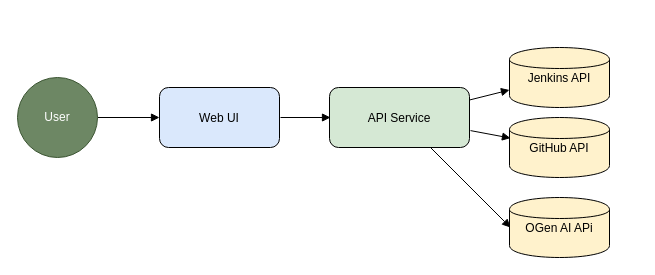
Earlier version of the draw.io diagram Block Diagram.drawio (KhushalJangid/Jenkins-Api-Client). Source tidied: cells renumbered, new cells numbered last; positions are measured from the earlier drawing's top-left corner, leaving out a move shared by most shapes. Both pictures are drawn from the tidied source at 100%, with x=0, y=0 at pixel (17, 47).
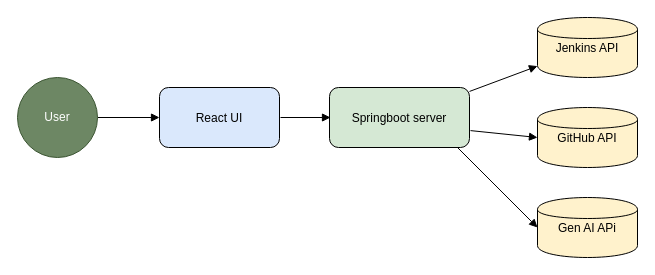
The same diagram, later.

Diff of the diagram source:
```diff
@@
 <mxGraphModel>
   <root>
     <mxCell id="0" />
     <mxCell id="1" parent="0" />
-    <mxCell id="2" value="Web UI" style="rounded=1;fillColor=#dae8fc;" parent="1" vertex="1">
+    <mxCell id="2" value="React UI" style="rounded=1;fillColor=#dae8fc;" parent="1" vertex="1">
       <mxGeometry x="142" y="40" width="120" height="60" as="geometry" />
     </mxCell>
-    <mxCell id="3" value="API Service" style="rounded=1;fillColor=#d5e8d4;" parent="1" vertex="1">
+    <mxCell id="3" value="Springboot server" style="rounded=1;fillColor=#d5e8d4;" parent="1" vertex="1">
       <mxGeometry x="312" y="40" width="140" height="60" as="geometry" />
     </mxCell>
     <mxCell id="4" value="Jenkins API" style="shape=cylinder;fillColor=#fff2cc;" parent="1" vertex="1">
-      <mxGeometry x="492" width="100" height="60" as="geometry" />
+      <mxGeometry x="520" y="-30" width="100" height="60" as="geometry" />
     </mxCell>
     <mxCell id="5" value="GitHub API" style="shape=cylinder;fillColor=#fff2cc;" parent="1" vertex="1">
-      <mxGeometry x="492" y="70" width="100" height="60" as="geometry" />
+      <mxGeometry x="520" y="60" width="100" height="60" as="geometry" />
     </mxCell>
     <mxCell id="6" style="endArrow=block;exitX=1;exitY=0.5;exitDx=0;exitDy=0;" parent="1" edge="1" source="12" target="2">
       <mxGeometry relative="1" as="geometry" />
     </mxCell>
     <mxCell id="7" style="endArrow=block;" parent="1" edge="1">
       <mxGeometry relative="1" as="geometry">
         <mxPoint x="263" y="70" as="sourcePoint" />
         <mxPoint x="313" y="70" as="targetPoint" />
       </mxGeometry>
     </mxCell>
     <mxCell id="8" style="endArrow=block;" parent="1" edge="1" source="3" target="4">
       <mxGeometry relative="1" as="geometry" />
     </mxCell>
-    <mxCell id="9" style="endArrow=block;" parent="1" edge="1">
+    <mxCell id="9" style="endArrow=block;entryX=0;entryY=0.5;entryDx=0;entryDy=0;" parent="1" edge="1" target="5">
       <mxGeometry relative="1" as="geometry">
         <mxPoint x="453" y="83.1" as="sourcePoint" />
-        <mxPoint x="493" y="90.6" as="targetPoint" />
       </mxGeometry>
     </mxCell>
     <mxCell id="10" style="endArrow=block;entryX=0;entryY=0.5;entryDx=0;entryDy=0;" parent="1" edge="1">
       <mxGeometry relative="1" as="geometry">
-        <mxPoint x="413" y="100" as="sourcePoint" />
-        <mxPoint x="493" y="180" as="targetPoint" />
+        <mxPoint x="440" y="100" as="sourcePoint" />
+        <mxPoint x="520" y="180" as="targetPoint" />
       </mxGeometry>
     </mxCell>
-    <mxCell id="11" value="OGen AI APi" style="shape=cylinder;fillColor=#fff2cc;" parent="1" vertex="1">
-      <mxGeometry x="492" y="150" width="100" height="60" as="geometry" />
+    <mxCell id="11" value="Gen AI APi" style="shape=cylinder;fillColor=#fff2cc;" parent="1" vertex="1">
+      <mxGeometry x="520" y="150" width="100" height="60" as="geometry" />
     </mxCell>
     <mxCell id="12" value="User" style="ellipse;whiteSpace=wrap;html=1;fillColor=#6d8764;fontColor=#ffffff;strokeColor=#3A5431;" parent="1" vertex="1">
       <mxGeometry y="30" width="80" height="80" as="geometry" />
     </mxCell>
   </root>
 </mxGraphModel>
```
